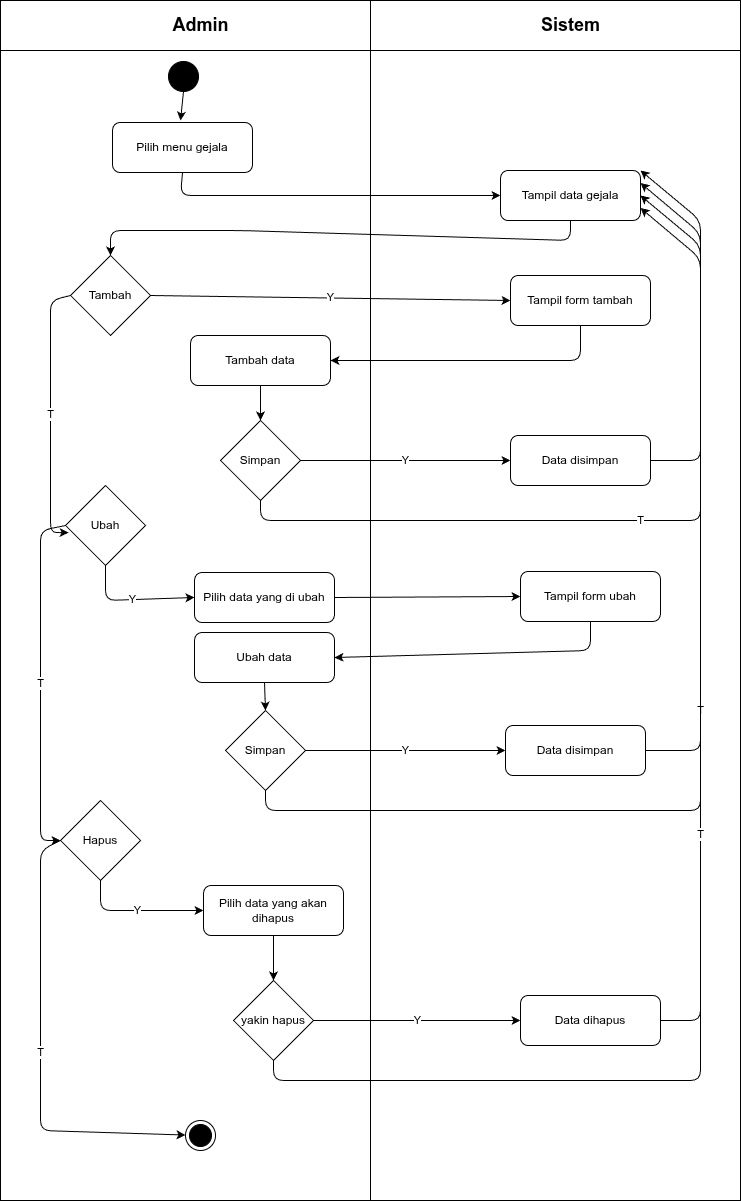
Above: diagram/activity/admin/crud-gejala.png in RajaSunrise/kangkungku (draw.io), before the change. Source tidied: cells renumbered, new cells last; positions are measured from the earlier drawing's top-left corner, leaving out a move shared by most shapes.
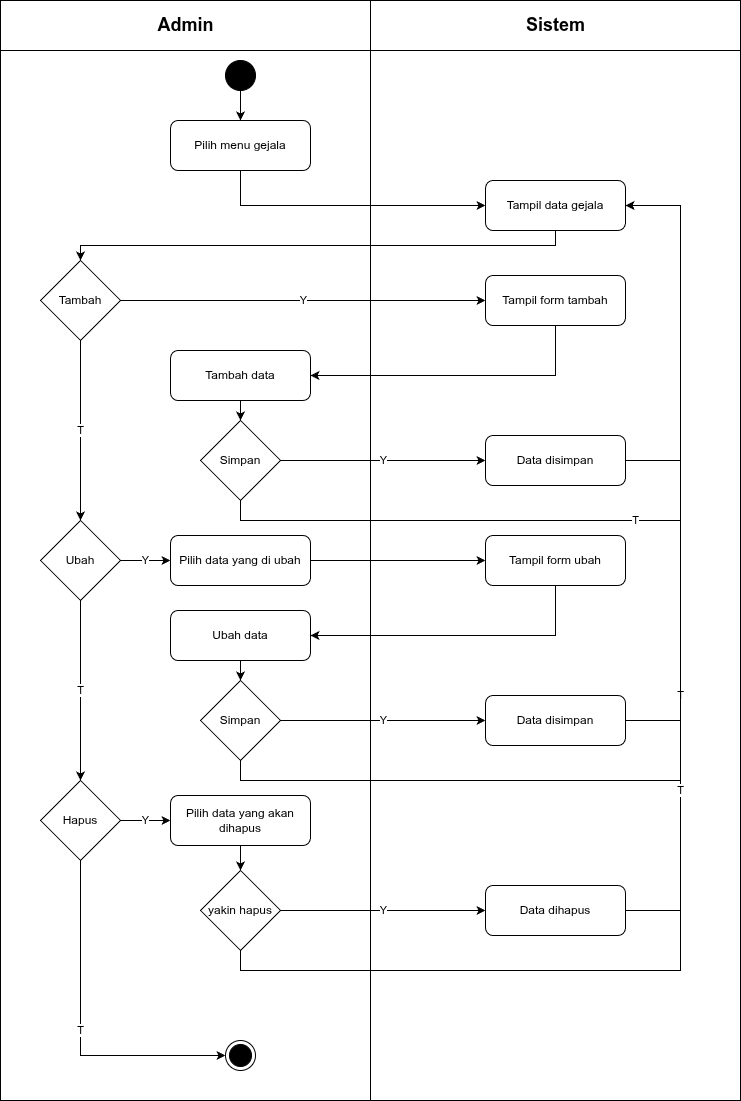
The same file after the commit.

Change to the diagram source:
```diff
@@ -3,216 +3,204 @@
     <mxCell id="0" />
     <mxCell id="1" parent="0" />
     <mxCell id="2" style="shape=internalStorage;whiteSpace=wrap;html=1;backgroundOutline=1;dx=370;dy=50;" parent="1" vertex="1">
-      <mxGeometry width="740" height="1200" as="geometry" />
+      <mxGeometry width="740" height="1100" as="geometry" />
     </mxCell>
     <mxCell id="3" value="Admin" style="text;html=1;strokeColor=none;fillColor=none;align=center;verticalAlign=middle;rounded=1;fontSize=18;fontStyle=1;" parent="1" vertex="1">
-      <mxGeometry x="165" y="10" width="70" height="30" as="geometry" />
+      <mxGeometry x="135" y="10" width="100" height="30" as="geometry" />
     </mxCell>
     <mxCell id="4" value="Sistem" style="text;html=1;strokeColor=none;fillColor=none;align=center;verticalAlign=middle;rounded=1;fontSize=18;fontStyle=1;" parent="1" vertex="1">
-      <mxGeometry x="535" y="10" width="70" height="30" as="geometry" />
+      <mxGeometry x="505" y="10" width="100" height="30" as="geometry" />
     </mxCell>
     <mxCell id="5" style="ellipse;whiteSpace=wrap;html=1;fillColor=#000000;strokeColor=#000000;" parent="1" vertex="1">
-      <mxGeometry x="168" y="61" width="30" height="30" as="geometry" />
+      <mxGeometry x="225" y="60" width="30" height="30" as="geometry" />
     </mxCell>
-    <mxCell id="6" style="endArrow=classic;html=1;exitX=0.5;exitY=1;" parent="1" edge="1" source="5">
-      <mxGeometry relative="1" as="geometry">
-        <mxPoint x="180" y="120" as="targetPoint" />
-      </mxGeometry>
+    <mxCell id="6" style="endArrow=classic;html=1;exitX=0.5;exitY=1;exitDx=0;exitDy=0;entryX=0.5;entryY=0;entryDx=0;entryDy=0;edgeStyle=orthogonalEdgeStyle;rounded=0;" parent="1" edge="1" source="5" target="7">
+      <mxGeometry relative="1" as="geometry" />
     </mxCell>
     <mxCell id="7" value="Pilih menu gejala" style="rounded=1;whiteSpace=wrap;html=1;" parent="1" vertex="1">
-      <mxGeometry x="112" y="122" width="140" height="50" as="geometry" />
+      <mxGeometry x="170" y="120" width="140" height="50" as="geometry" />
     </mxCell>
     <mxCell id="8" value="Tampil data gejala" style="rounded=1;whiteSpace=wrap;html=1;" parent="1" vertex="1">
-      <mxGeometry x="500" y="170" width="140" height="50" as="geometry" />
+      <mxGeometry x="485" y="180" width="140" height="50" as="geometry" />
     </mxCell>
-    <mxCell id="9" style="endArrow=classic;html=1;exitX=0.5;exitY=1;entryX=0;entryY=0.5;" parent="1" edge="1" source="7" target="8">
+    <mxCell id="9" style="endArrow=classic;html=1;exitX=0.5;exitY=1;exitDx=0;exitDy=0;entryX=0;entryY=0.5;entryDx=0;entryDy=0;edgeStyle=orthogonalEdgeStyle;rounded=0;" parent="1" edge="1" source="7" target="8">
       <mxGeometry relative="1" as="geometry">
         <Array as="points">
-          <mxPoint x="180" y="195" />
+          <mxPoint x="240" y="205" />
         </Array>
       </mxGeometry>
     </mxCell>
     <mxCell id="10" value="Tambah" style="rhombus;whiteSpace=wrap;html=1;" parent="1" vertex="1">
-      <mxGeometry x="70" y="255" width="80" height="80" as="geometry" />
+      <mxGeometry x="40" y="260" width="80" height="80" as="geometry" />
     </mxCell>
-    <mxCell id="11" style="endArrow=classic;html=1;exitX=0.5;exitY=1;entryX=0.5;entryY=0;exitDx=0;exitDy=0;" parent="1" edge="1" source="8" target="10">
+    <mxCell id="11" style="endArrow=classic;html=1;exitX=0.5;exitY=1;exitDx=0;exitDy=0;entryX=0.5;entryY=0;entryDx=0;entryDy=0;edgeStyle=orthogonalEdgeStyle;rounded=0;" parent="1" edge="1" source="8" target="10">
       <mxGeometry relative="1" as="geometry">
         <Array as="points">
-          <mxPoint x="570" y="240" />
-          <mxPoint x="240" y="230" />
-          <mxPoint x="110" y="230" />
+          <mxPoint x="555" y="245" />
+          <mxPoint x="80" y="245" />
         </Array>
       </mxGeometry>
     </mxCell>
     <mxCell id="12" value="Tampil form tambah" style="rounded=1;whiteSpace=wrap;html=1;" parent="1" vertex="1">
-      <mxGeometry x="510" y="275" width="140" height="50" as="geometry" />
+      <mxGeometry x="485" y="275" width="140" height="50" as="geometry" />
     </mxCell>
-    <mxCell id="13" value="Y" style="endArrow=classic;html=1;exitX=1;exitY=0.5;entryX=0;entryY=0.5;" parent="1" edge="1" source="10" target="12">
+    <mxCell id="13" value="Y" style="endArrow=classic;html=1;exitX=1;exitY=0.5;exitDx=0;exitDy=0;entryX=0;entryY=0.5;entryDx=0;entryDy=0;edgeStyle=orthogonalEdgeStyle;rounded=0;" parent="1" edge="1" source="10" target="12">
       <mxGeometry relative="1" as="geometry" />
     </mxCell>
     <mxCell id="14" value="Tambah data" style="rounded=1;whiteSpace=wrap;html=1;" parent="1" vertex="1">
-      <mxGeometry x="190" y="335" width="140" height="50" as="geometry" />
+      <mxGeometry x="170" y="350" width="140" height="50" as="geometry" />
     </mxCell>
-    <mxCell id="15" style="endArrow=classic;html=1;exitX=0.5;exitY=1;entryX=1;entryY=0.5;" parent="1" edge="1" source="12" target="14">
+    <mxCell id="15" style="endArrow=classic;html=1;exitX=0.5;exitY=1;exitDx=0;exitDy=0;entryX=1;entryY=0.5;entryDx=0;entryDy=0;edgeStyle=orthogonalEdgeStyle;rounded=0;" parent="1" edge="1" source="12" target="14">
       <mxGeometry relative="1" as="geometry">
         <Array as="points">
-          <mxPoint x="580" y="360" />
+          <mxPoint x="555" y="375" />
         </Array>
       </mxGeometry>
     </mxCell>
     <mxCell id="16" value="Simpan" style="rhombus;whiteSpace=wrap;html=1;" parent="1" vertex="1">
-      <mxGeometry x="220" y="420" width="80" height="80" as="geometry" />
+      <mxGeometry x="200" y="420" width="80" height="80" as="geometry" />
     </mxCell>
-    <mxCell id="17" style="endArrow=classic;html=1;exitX=0.5;exitY=1;entryX=0.5;entryY=0;" parent="1" edge="1" source="14" target="16">
+    <mxCell id="17" style="endArrow=classic;html=1;exitX=0.5;exitY=1;exitDx=0;exitDy=0;entryX=0.5;entryY=0;entryDx=0;entryDy=0;edgeStyle=orthogonalEdgeStyle;rounded=0;" parent="1" edge="1" source="14" target="16">
       <mxGeometry relative="1" as="geometry" />
     </mxCell>
     <mxCell id="18" value="Data disimpan" style="rounded=1;whiteSpace=wrap;html=1;" parent="1" vertex="1">
-      <mxGeometry x="510" y="435" width="140" height="50" as="geometry" />
+      <mxGeometry x="485" y="435" width="140" height="50" as="geometry" />
     </mxCell>
-    <mxCell id="19" value="Y" style="endArrow=classic;html=1;exitX=1;exitY=0.5;entryX=0;entryY=0.5;" parent="1" edge="1" source="16" target="18">
+    <mxCell id="19" value="Y" style="endArrow=classic;html=1;exitX=1;exitY=0.5;exitDx=0;exitDy=0;entryX=0;entryY=0.5;entryDx=0;entryDy=0;edgeStyle=orthogonalEdgeStyle;rounded=0;" parent="1" edge="1" source="16" target="18">
       <mxGeometry relative="1" as="geometry" />
     </mxCell>
-    <mxCell id="20" style="endArrow=classic;html=1;exitX=1;exitY=0.5;entryX=1;entryY=0.5;" parent="1" edge="1" source="18" target="8">
+    <mxCell id="20" style="endArrow=classic;html=1;exitX=1;exitY=0.5;exitDx=0;exitDy=0;entryX=1;entryY=0.5;entryDx=0;entryDy=0;edgeStyle=orthogonalEdgeStyle;rounded=0;" parent="1" edge="1" source="18" target="8">
       <mxGeometry relative="1" as="geometry">
         <Array as="points">
-          <mxPoint x="700" y="460" />
-          <mxPoint x="700" y="245" />
+          <mxPoint x="680" y="460" />
+          <mxPoint x="680" y="205" />
         </Array>
       </mxGeometry>
     </mxCell>
-    <mxCell id="21" value="T" style="endArrow=classic;html=1;exitX=0.5;exitY=1;entryX=1;entryY=0.75;" parent="1" edge="1" source="16" target="8">
+    <mxCell id="21" value="T" style="endArrow=classic;html=1;exitX=0.5;exitY=1;exitDx=0;exitDy=0;entryX=1;entryY=0.5;entryDx=0;entryDy=0;edgeStyle=orthogonalEdgeStyle;rounded=0;" parent="1" edge="1" source="16" target="8">
       <mxGeometry relative="1" as="geometry">
         <Array as="points">
-          <mxPoint x="260" y="520" />
-          <mxPoint x="700" y="520" />
-          <mxPoint x="700" y="258" />
+          <mxPoint x="240" y="520" />
+          <mxPoint x="680" y="520" />
+          <mxPoint x="680" y="205" />
         </Array>
       </mxGeometry>
     </mxCell>
     <mxCell id="22" value="Ubah" style="rhombus;whiteSpace=wrap;html=1;" parent="1" vertex="1">
-      <mxGeometry x="65" y="485" width="80" height="80" as="geometry" />
+      <mxGeometry x="40" y="520" width="80" height="80" as="geometry" />
     </mxCell>
-    <mxCell id="23" value="T" style="endArrow=classic;html=1;exitX=0;exitY=0.5;entryX=0.039;entryY=0.589;exitDx=0;exitDy=0;entryDx=0;entryDy=0;entryPerimeter=0;" parent="1" edge="1" source="10" target="22">
+    <mxCell id="23" value="T" style="endArrow=classic;html=1;exitX=0.5;exitY=1;exitDx=0;exitDy=0;entryX=0.5;entryY=0;entryDx=0;entryDy=0;edgeStyle=orthogonalEdgeStyle;rounded=0;" parent="1" edge="1" source="10" target="22">
       <mxGeometry relative="1" as="geometry">
         <Array as="points">
-          <mxPoint x="50" y="300" />
-          <mxPoint x="50" y="532" />
+          <mxPoint x="80" y="430" />
+          <mxPoint x="80" y="430" />
         </Array>
       </mxGeometry>
     </mxCell>
     <mxCell id="24" value="Pilih data yang di ubah" style="rounded=1;whiteSpace=wrap;html=1;" parent="1" vertex="1">
-      <mxGeometry x="194" y="572" width="140" height="50" as="geometry" />
+      <mxGeometry x="170" y="535" width="140" height="50" as="geometry" />
     </mxCell>
-    <mxCell id="25" value="Y" style="endArrow=classic;html=1;exitX=0.5;exitY=1;entryX=0;entryY=0.5;entryDx=0;entryDy=0;exitDx=0;exitDy=0;" parent="1" edge="1" source="22" target="24">
-      <mxGeometry relative="1" as="geometry">
-        <Array as="points">
-          <mxPoint x="105" y="600" />
-        </Array>
-      </mxGeometry>
+    <mxCell id="25" value="Y" style="endArrow=classic;html=1;exitX=1;exitY=0.5;exitDx=0;exitDy=0;entryX=0;entryY=0.5;entryDx=0;entryDy=0;edgeStyle=orthogonalEdgeStyle;rounded=0;" parent="1" edge="1" source="22" target="24">
+      <mxGeometry relative="1" as="geometry" />
     </mxCell>
     <mxCell id="26" value="Tampil form ubah" style="rounded=1;whiteSpace=wrap;html=1;" parent="1" vertex="1">
-      <mxGeometry x="520" y="571" width="140" height="50" as="geometry" />
+      <mxGeometry x="485" y="535" width="140" height="50" as="geometry" />
     </mxCell>
-    <mxCell id="27" style="endArrow=classic;html=1;exitX=1;exitY=0.5;entryX=0;entryY=0.5;" parent="1" edge="1" source="24" target="26">
+    <mxCell id="27" style="endArrow=classic;html=1;exitX=1;exitY=0.5;exitDx=0;exitDy=0;entryX=0;entryY=0.5;entryDx=0;entryDy=0;edgeStyle=orthogonalEdgeStyle;rounded=0;" parent="1" edge="1" source="24" target="26">
       <mxGeometry relative="1" as="geometry" />
     </mxCell>
     <mxCell id="28" value="Ubah data" style="rounded=1;whiteSpace=wrap;html=1;" parent="1" vertex="1">
-      <mxGeometry x="194" y="632" width="140" height="50" as="geometry" />
+      <mxGeometry x="170" y="610" width="140" height="50" as="geometry" />
     </mxCell>
-    <mxCell id="29" style="endArrow=classic;html=1;exitX=0.5;exitY=1;entryX=1;entryY=0.5;" parent="1" edge="1" source="26" target="28">
+    <mxCell id="29" style="endArrow=classic;html=1;exitX=0.5;exitY=1;exitDx=0;exitDy=0;entryX=1;entryY=0.5;entryDx=0;entryDy=0;edgeStyle=orthogonalEdgeStyle;rounded=0;" parent="1" edge="1" source="26" target="28">
       <mxGeometry relative="1" as="geometry">
         <Array as="points">
-          <mxPoint x="590" y="650" />
+          <mxPoint x="555" y="635" />
         </Array>
       </mxGeometry>
     </mxCell>
     <mxCell id="30" value="Simpan" style="rhombus;whiteSpace=wrap;html=1;" parent="1" vertex="1">
-      <mxGeometry x="225" y="710" width="80" height="80" as="geometry" />
+      <mxGeometry x="200" y="680" width="80" height="80" as="geometry" />
     </mxCell>
-    <mxCell id="31" style="endArrow=classic;html=1;exitX=0.5;exitY=1;entryX=0.5;entryY=0;" parent="1" edge="1" source="28" target="30">
+    <mxCell id="31" style="endArrow=classic;html=1;exitX=0.5;exitY=1;exitDx=0;exitDy=0;entryX=0.5;entryY=0;entryDx=0;entryDy=0;edgeStyle=orthogonalEdgeStyle;rounded=0;" parent="1" edge="1" source="28" target="30">
       <mxGeometry relative="1" as="geometry" />
     </mxCell>
     <mxCell id="32" value="Data disimpan" style="rounded=1;whiteSpace=wrap;html=1;" parent="1" vertex="1">
-      <mxGeometry x="505" y="725" width="140" height="50" as="geometry" />
+      <mxGeometry x="485" y="695" width="140" height="50" as="geometry" />
     </mxCell>
-    <mxCell id="33" value="Y" style="endArrow=classic;html=1;exitX=1;exitY=0.5;entryX=0;entryY=0.5;" parent="1" edge="1" source="30" target="32">
+    <mxCell id="33" value="Y" style="endArrow=classic;html=1;exitX=1;exitY=0.5;exitDx=0;exitDy=0;entryX=0;entryY=0.5;entryDx=0;entryDy=0;edgeStyle=orthogonalEdgeStyle;rounded=0;" parent="1" edge="1" source="30" target="32">
       <mxGeometry relative="1" as="geometry" />
     </mxCell>
-    <mxCell id="34" style="endArrow=classic;html=1;exitX=1;exitY=0.5;entryX=1;entryY=0.5;" parent="1" edge="1" source="32" target="8">
+    <mxCell id="34" style="endArrow=classic;html=1;exitX=1;exitY=0.5;exitDx=0;exitDy=0;entryX=1;entryY=0.5;entryDx=0;entryDy=0;edgeStyle=orthogonalEdgeStyle;rounded=0;" parent="1" edge="1" source="32" target="8">
       <mxGeometry relative="1" as="geometry">
         <Array as="points">
-          <mxPoint x="700" y="750" />
-          <mxPoint x="700" y="245" />
+          <mxPoint x="680" y="720" />
+          <mxPoint x="680" y="205" />
         </Array>
       </mxGeometry>
     </mxCell>
-    <mxCell id="35" value="T" style="endArrow=classic;html=1;exitX=0.5;exitY=1;entryX=1;entryY=0.25;" parent="1" edge="1" source="30" target="8">
+    <mxCell id="35" value="T" style="endArrow=classic;html=1;exitX=0.5;exitY=1;exitDx=0;exitDy=0;entryX=1;entryY=0.5;entryDx=0;entryDy=0;edgeStyle=orthogonalEdgeStyle;rounded=0;" parent="1" edge="1" source="30" target="8">
       <mxGeometry relative="1" as="geometry">
         <Array as="points">
-          <mxPoint x="265" y="810" />
-          <mxPoint x="700" y="810" />
-          <mxPoint x="700" y="233" />
+          <mxPoint x="240" y="780" />
+          <mxPoint x="680" y="780" />
+          <mxPoint x="680" y="205" />
         </Array>
       </mxGeometry>
     </mxCell>
     <mxCell id="36" value="Hapus" style="rhombus;whiteSpace=wrap;html=1;" parent="1" vertex="1">
-      <mxGeometry x="60" y="800" width="80" height="80" as="geometry" />
+      <mxGeometry x="40" y="780" width="80" height="80" as="geometry" />
     </mxCell>
-    <mxCell id="37" value="T" style="endArrow=classic;html=1;exitX=0;exitY=0.5;entryX=0;entryY=0.5;exitDx=0;exitDy=0;entryDx=0;entryDy=0;" parent="1" edge="1" source="22" target="36">
+    <mxCell id="37" value="T" style="endArrow=classic;html=1;exitX=0.5;exitY=1;exitDx=0;exitDy=0;entryX=0.5;entryY=0;entryDx=0;entryDy=0;edgeStyle=orthogonalEdgeStyle;rounded=0;" parent="1" edge="1" source="22" target="36">
       <mxGeometry relative="1" as="geometry">
         <Array as="points">
-          <mxPoint x="40" y="530" />
-          <mxPoint x="40" y="840" />
+          <mxPoint x="80" y="710" />
+          <mxPoint x="80" y="710" />
         </Array>
       </mxGeometry>
     </mxCell>
     <mxCell id="38" value="Pilih data yang akan dihapus" style="rounded=1;whiteSpace=wrap;html=1;" parent="1" vertex="1">
-      <mxGeometry x="203" y="885" width="140" height="50" as="geometry" />
+      <mxGeometry x="170" y="795" width="140" height="50" as="geometry" />
     </mxCell>
-    <mxCell id="39" value="Y" style="endArrow=classic;html=1;exitX=0.5;exitY=1;entryX=0;entryY=0.5;exitDx=0;exitDy=0;entryDx=0;entryDy=0;" parent="1" edge="1" source="36" target="38">
-      <mxGeometry relative="1" as="geometry">
-        <Array as="points">
-          <mxPoint x="100" y="910" />
-        </Array>
-      </mxGeometry>
+    <mxCell id="39" value="Y" style="endArrow=classic;html=1;exitX=1;exitY=0.5;exitDx=0;exitDy=0;entryX=0;entryY=0.5;entryDx=0;entryDy=0;edgeStyle=orthogonalEdgeStyle;rounded=0;" parent="1" edge="1" source="36" target="38">
+      <mxGeometry relative="1" as="geometry" />
     </mxCell>
     <mxCell id="40" value="yakin hapus" style="rhombus;whiteSpace=wrap;html=1;" parent="1" vertex="1">
-      <mxGeometry x="233" y="980" width="80" height="80" as="geometry" />
+      <mxGeometry x="200" y="870" width="80" height="80" as="geometry" />
     </mxCell>
-    <mxCell id="41" style="endArrow=classic;html=1;exitX=0.5;exitY=1;entryX=0.5;entryY=0;" parent="1" edge="1" source="38" target="40">
+    <mxCell id="41" style="endArrow=classic;html=1;exitX=0.5;exitY=1;exitDx=0;exitDy=0;entryX=0.5;entryY=0;entryDx=0;entryDy=0;edgeStyle=orthogonalEdgeStyle;rounded=0;" parent="1" edge="1" source="38" target="40">
       <mxGeometry relative="1" as="geometry" />
     </mxCell>
     <mxCell id="42" value="Data dihapus" style="rounded=1;whiteSpace=wrap;html=1;" parent="1" vertex="1">
-      <mxGeometry x="520" y="995" width="140" height="50" as="geometry" />
+      <mxGeometry x="485" y="885" width="140" height="50" as="geometry" />
     </mxCell>
-    <mxCell id="43" value="Y" style="endArrow=classic;html=1;exitX=1;exitY=0.5;entryX=0;entryY=0.5;" parent="1" edge="1" source="40" target="42">
+    <mxCell id="43" value="Y" style="endArrow=classic;html=1;exitX=1;exitY=0.5;exitDx=0;exitDy=0;entryX=0;entryY=0.5;entryDx=0;entryDy=0;edgeStyle=orthogonalEdgeStyle;rounded=0;" parent="1" edge="1" source="40" target="42">
       <mxGeometry relative="1" as="geometry" />
     </mxCell>
-    <mxCell id="44" style="endArrow=classic;html=1;exitX=1;exitY=0.5;entryX=1;entryY=0.5;" parent="1" edge="1" source="42" target="8">
+    <mxCell id="44" style="endArrow=classic;html=1;exitX=1;exitY=0.5;exitDx=0;exitDy=0;entryX=1;entryY=0.5;entryDx=0;entryDy=0;edgeStyle=orthogonalEdgeStyle;rounded=0;" parent="1" edge="1" source="42" target="8">
       <mxGeometry relative="1" as="geometry">
         <Array as="points">
-          <mxPoint x="700" y="1020" />
-          <mxPoint x="700" y="245" />
+          <mxPoint x="680" y="910" />
+          <mxPoint x="680" y="205" />
         </Array>
       </mxGeometry>
     </mxCell>
-    <mxCell id="45" value="T" style="endArrow=classic;html=1;exitX=0.5;exitY=1;entryX=1;entryY=0;" parent="1" edge="1" source="40" target="8">
+    <mxCell id="45" value="T" style="endArrow=classic;html=1;exitX=0.5;exitY=1;exitDx=0;exitDy=0;entryX=1;entryY=0.5;entryDx=0;entryDy=0;edgeStyle=orthogonalEdgeStyle;rounded=0;" parent="1" edge="1" source="40" target="8">
       <mxGeometry relative="1" as="geometry">
         <Array as="points">
-          <mxPoint x="273" y="1080" />
-          <mxPoint x="700" y="1080" />
-          <mxPoint x="700" y="220" />
+          <mxPoint x="240" y="970" />
+          <mxPoint x="680" y="970" />
+          <mxPoint x="680" y="205" />
         </Array>
       </mxGeometry>
     </mxCell>
     <mxCell id="46" style="ellipse;html=1;shape=endState;fillColor=#000000;strokeColor=#000000;" parent="1" vertex="1">
-      <mxGeometry x="185" y="1120" width="30" height="30" as="geometry" />
+      <mxGeometry x="225" y="1040" width="30" height="30" as="geometry" />
     </mxCell>
-    <mxCell id="47" value="T" style="endArrow=classic;html=1;exitX=0;exitY=0.5;exitDx=0;exitDy=0;" parent="1" edge="1" source="36" target="46">
+    <mxCell id="47" value="T" style="endArrow=classic;html=1;exitX=0.5;exitY=1;exitDx=0;exitDy=0;entryX=0;entryY=0.5;entryDx=0;entryDy=0;edgeStyle=orthogonalEdgeStyle;rounded=0;" parent="1" edge="1" source="36" target="46">
       <mxGeometry relative="1" as="geometry">
         <Array as="points">
-          <mxPoint x="40" y="850" />
-          <mxPoint x="40" y="1130" />
+          <mxPoint x="80" y="1055" />
         </Array>
       </mxGeometry>
     </mxCell>
```
